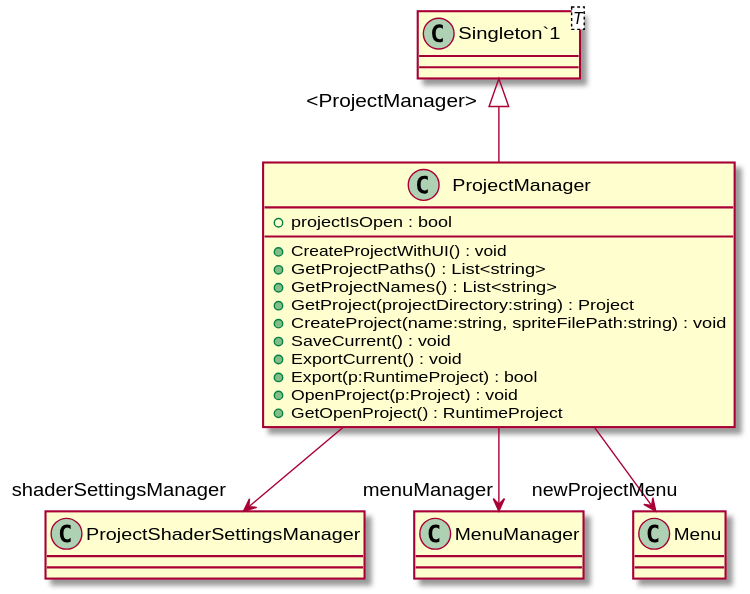
This is UML/ProjectSystem/ProjectManager.svg from streepje8/ToolDev2023, a PlantUML export, as it was before one commit.
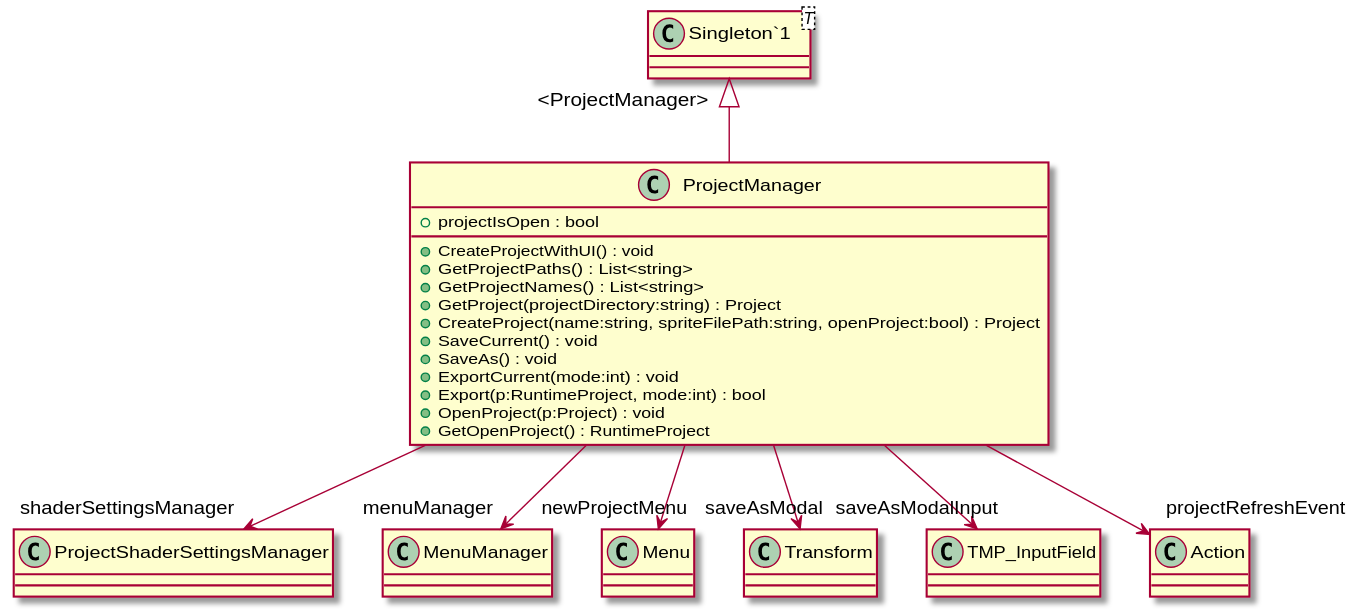
The same diagram one commit later.

What changed in the source:
```diff
@@ -5,10 +5,11 @@
     + GetProjectPaths() : List<string>
     + GetProjectNames() : List<string>
     + GetProject(projectDirectory:string) : Project
-    + CreateProject(name:string, spriteFilePath:string) : void
+    + CreateProject(name:string, spriteFilePath:string, openProject:bool) : Project
     + SaveCurrent() : void
-    + ExportCurrent() : void
-    + Export(p:RuntimeProject) : bool
+    + SaveAs() : void
+    + ExportCurrent(mode:int) : void
+    + Export(p:RuntimeProject, mode:int) : bool
     + OpenProject(p:Project) : void
     + GetOpenProject() : RuntimeProject
 }
@@ -18,4 +19,7 @@
 ProjectManager --> "shaderSettingsManager" ProjectShaderSettingsManager
 ProjectManager --> "menuManager" MenuManager
 ProjectManager --> "newProjectMenu" Menu
+ProjectManager --> "saveAsModal" Transform
+ProjectManager --> "saveAsModalInput" TMP_InputField
+ProjectManager --> "projectRefreshEvent" Action
 @enduml
```
